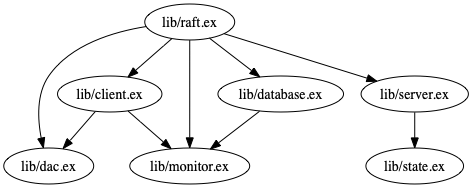
The Graphviz diagram xref_graph.png in daniel-savu/Raft, before a commit. Its source is kept beside it as xref_graph.dot.
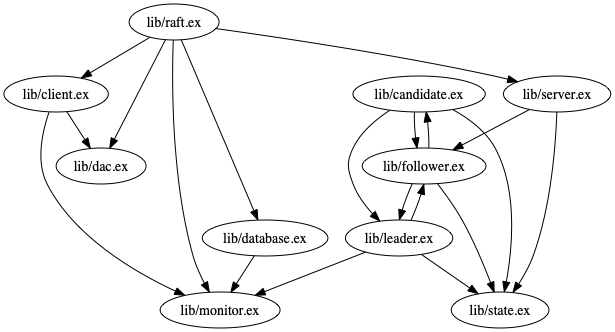
The same diagram one commit later.

Change to the diagram source:
```diff
@@ -1,10 +1,22 @@
 digraph "xref graph" {
+  "lib/candidate.ex"
+  "lib/candidate.ex" -> "lib/follower.ex"
+  "lib/follower.ex" -> "lib/candidate.ex"
+  "lib/follower.ex" -> "lib/leader.ex"
+  "lib/leader.ex" -> "lib/follower.ex"
+  "lib/leader.ex" -> "lib/monitor.ex"
+  "lib/leader.ex" -> "lib/state.ex"
+  "lib/follower.ex" -> "lib/state.ex"
+  "lib/candidate.ex" -> "lib/leader.ex"
+  "lib/candidate.ex" -> "lib/state.ex"
   "lib/client.ex"
   "lib/client.ex" -> "lib/dac.ex"
   "lib/client.ex" -> "lib/monitor.ex"
   "lib/dac.ex"
   "lib/database.ex"
   "lib/database.ex" -> "lib/monitor.ex"
+  "lib/follower.ex"
+  "lib/leader.ex"
   "lib/monitor.ex"
   "lib/raft.ex"
   "lib/raft.ex" -> "lib/client.ex"
@@ -12,6 +24,7 @@
   "lib/raft.ex" -> "lib/database.ex"
   "lib/raft.ex" -> "lib/monitor.ex"
   "lib/raft.ex" -> "lib/server.ex"
+  "lib/server.ex" -> "lib/follower.ex"
   "lib/server.ex" -> "lib/state.ex"
   "lib/server.ex"
   "lib/state.ex"
```
